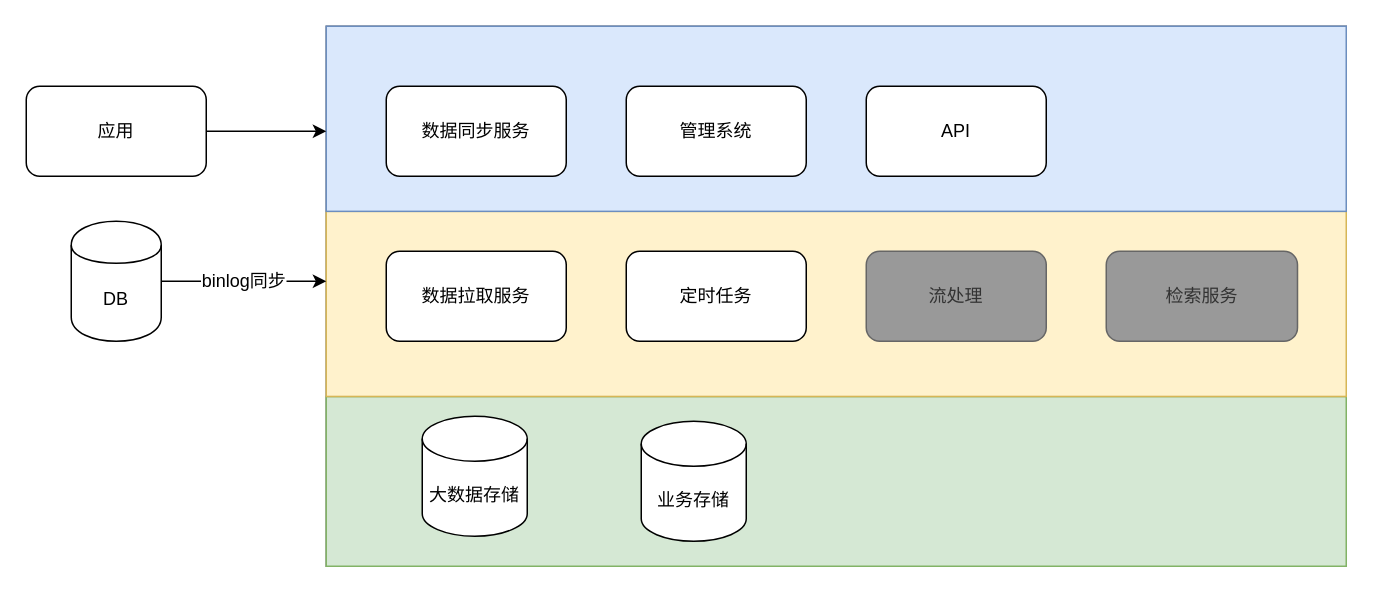
zhuzz0129/drawio keeps this draw.io diagram as tungee/Data Middle Platform/数据中台基础架构.drawio. Above is the earlier version. Source tidied: cells renumbered, new cells numbered last; positions are measured from the earlier drawing's top-left corner, leaving out a move shared by most shapes. Both pictures are drawn from the tidied source at 150%, with x=0, y=0 at pixel (26, 26).
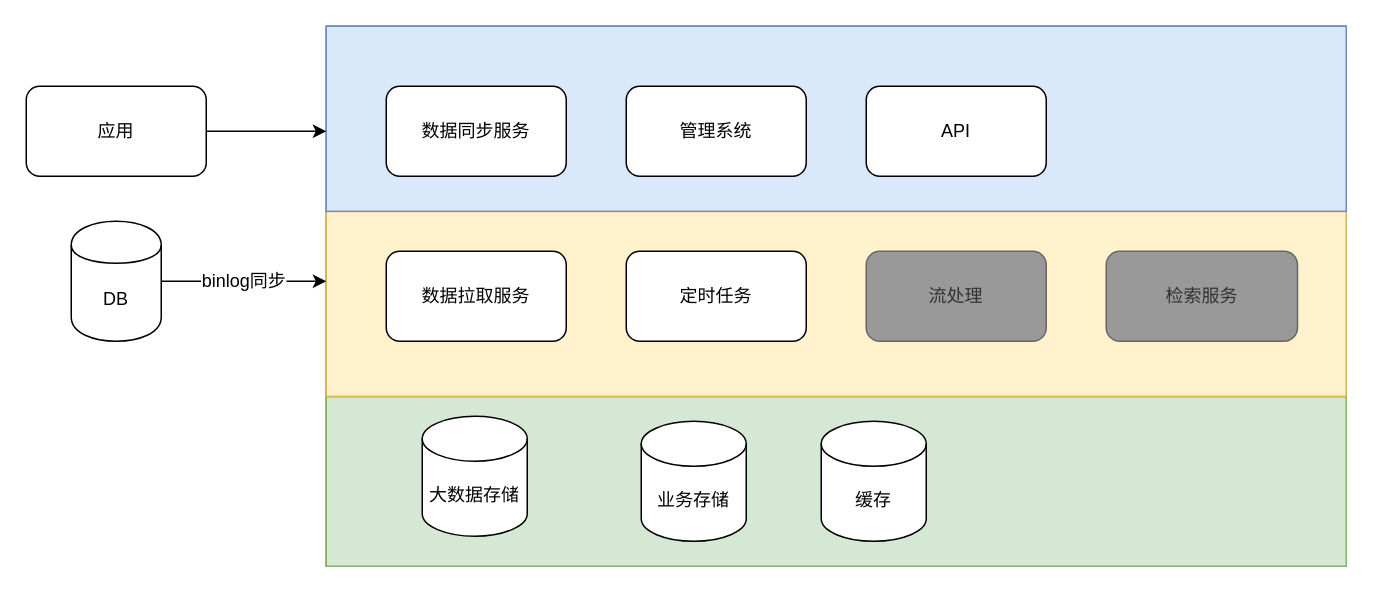
The same page after the edit.

Commit message:
更新数据中台基础架构.drawio

Unchanged cells that the change refers to:
```xml
<mxCell id="2" style="group;shadow=0;strokeColor=#666666;fontColor=#333333;fillColor=#999999;" parent="1" vertex="1">
  <mxGeometry x="200" width="680" height="360" as="geometry" />
</mxCell>
```

The edit, as a diff of the source:
```diff
@@
+    <mxCell id="19" value="缓存" style="shape=cylinder3;whiteSpace=wrap;html=1;boundedLbl=1;backgroundOutline=1;size=15;fontSize=12;" parent="2" vertex="1">
+      <mxGeometry x="330" y="263.4" width="70" height="80" as="geometry" />
+    </mxCell>
```
